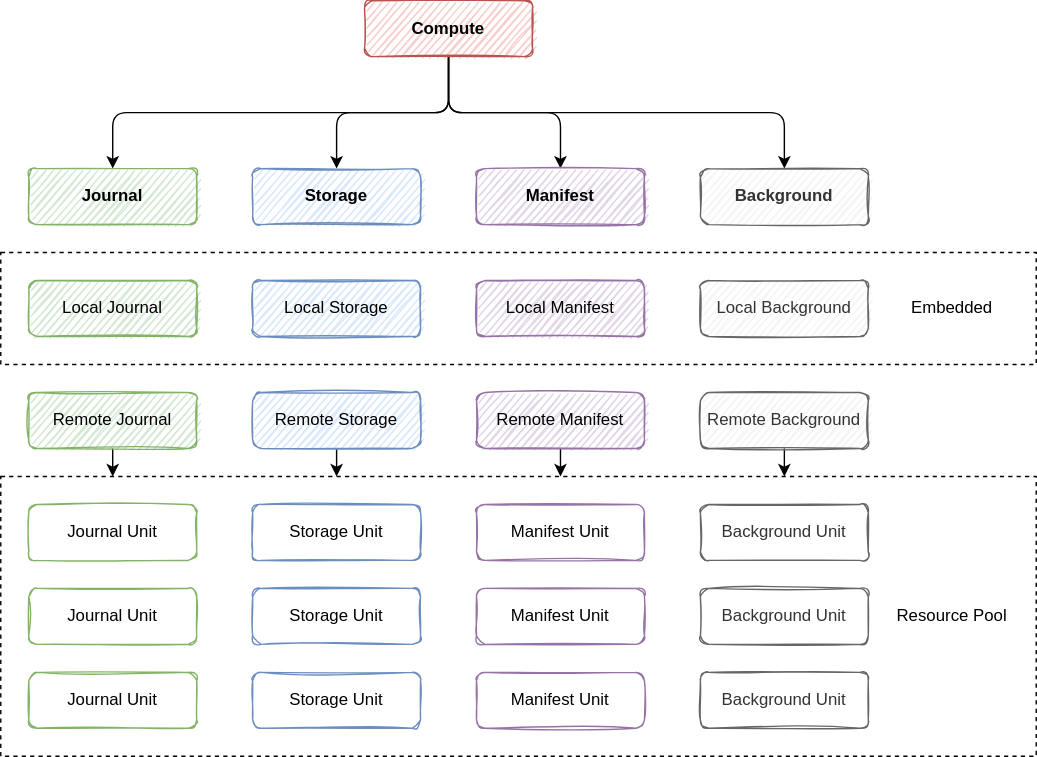
The draw.io diagram docs/images/architecture.drawio.svg in engula/engula, before a commit. Source tidied: cells renumbered, new cells last; positions are measured from the earlier drawing's top-left corner, leaving out a move shared by most shapes.
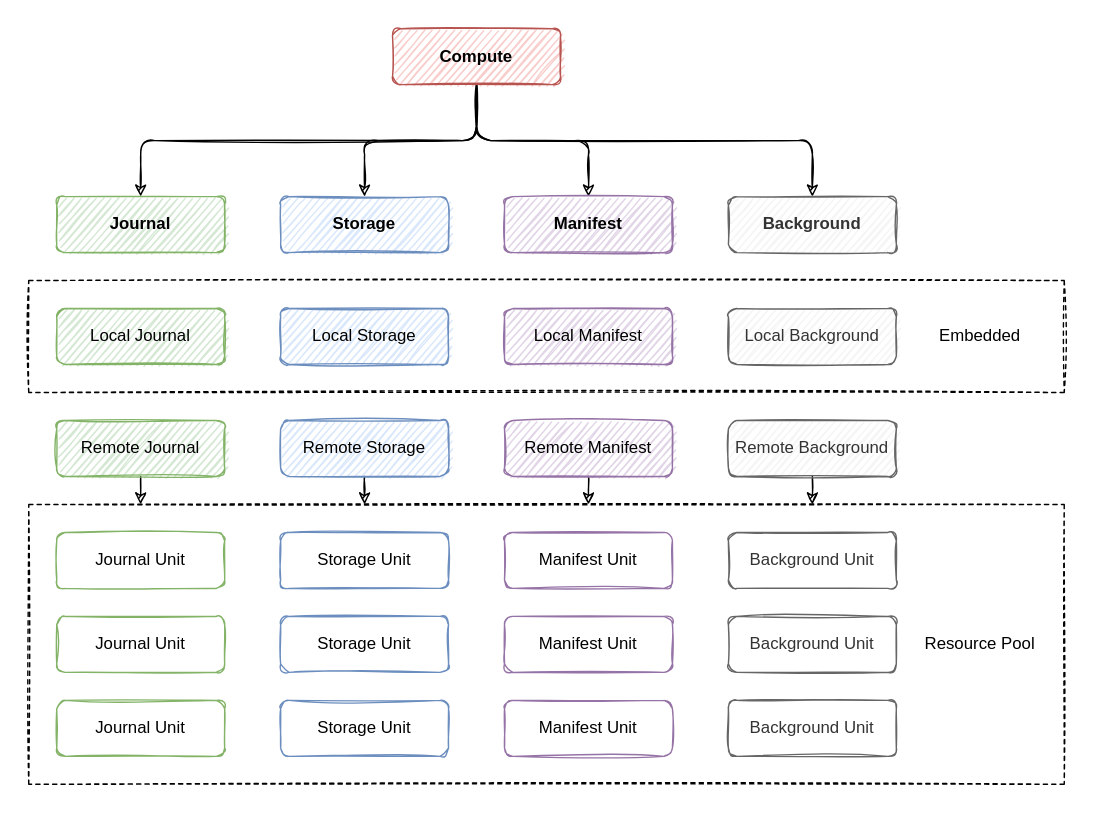
After the commit.

Diff of the diagram source:
```diff
@@ -2,22 +2,25 @@
   <root>
     <mxCell id="0" />
     <mxCell id="1" parent="0" />
+    <mxCell id="39" style="rounded=0;whiteSpace=wrap;html=1;strokeColor=none;sketch=1;" parent="1" vertex="1">
+      <mxGeometry x="-20" y="-20" width="780" height="580" as="geometry" />
+    </mxCell>
-    <mxCell id="2" style="rounded=0;whiteSpace=wrap;html=1;dashed=1;fillColor=none;" parent="1" vertex="1">
+    <mxCell id="2" style="rounded=0;whiteSpace=wrap;html=1;dashed=1;fillColor=none;sketch=1;" parent="1" vertex="1">
       <mxGeometry y="180" width="740" height="80" as="geometry" />
     </mxCell>
-    <mxCell id="3" style="rounded=0;whiteSpace=wrap;html=1;fillColor=none;dashed=1;" parent="1" vertex="1">
+    <mxCell id="3" style="rounded=0;whiteSpace=wrap;html=1;fillColor=none;dashed=1;sketch=1;" parent="1" vertex="1">
       <mxGeometry y="340" width="740" height="200" as="geometry" />
     </mxCell>
-    <mxCell id="4" style="edgeStyle=orthogonalEdgeStyle;rounded=1;jettySize=auto;html=1;exitX=0.5;exitY=1;exitDx=0;exitDy=0;entryX=0.5;entryY=0;entryDx=0;entryDy=0;" parent="1" edge="1" source="8" target="9">
+    <mxCell id="4" style="edgeStyle=orthogonalEdgeStyle;rounded=1;jettySize=auto;html=1;exitX=0.5;exitY=1;exitDx=0;exitDy=0;entryX=0.5;entryY=0;entryDx=0;entryDy=0;sketch=1;" parent="1" edge="1" source="8" target="9">
       <mxGeometry relative="1" as="geometry" />
     </mxCell>
-    <mxCell id="5" style="edgeStyle=orthogonalEdgeStyle;rounded=1;jettySize=auto;html=1;exitX=0.5;exitY=1;exitDx=0;exitDy=0;entryX=0.5;entryY=0;entryDx=0;entryDy=0;" parent="1" edge="1" source="8" target="10">
+    <mxCell id="5" style="edgeStyle=orthogonalEdgeStyle;rounded=1;jettySize=auto;html=1;exitX=0.5;exitY=1;exitDx=0;exitDy=0;entryX=0.5;entryY=0;entryDx=0;entryDy=0;sketch=1;" parent="1" edge="1" source="8" target="10">
       <mxGeometry relative="1" as="geometry" />
     </mxCell>
-    <mxCell id="6" style="edgeStyle=orthogonalEdgeStyle;rounded=1;jettySize=auto;html=1;exitX=0.5;exitY=1;exitDx=0;exitDy=0;entryX=0.5;entryY=0;entryDx=0;entryDy=0;" parent="1" edge="1" source="8" target="11">
+    <mxCell id="6" style="edgeStyle=orthogonalEdgeStyle;rounded=1;jettySize=auto;html=1;exitX=0.5;exitY=1;exitDx=0;exitDy=0;entryX=0.5;entryY=0;entryDx=0;entryDy=0;sketch=1;" parent="1" edge="1" source="8" target="11">
       <mxGeometry relative="1" as="geometry" />
     </mxCell>
-    <mxCell id="7" style="edgeStyle=orthogonalEdgeStyle;rounded=1;jettySize=auto;html=1;exitX=0.5;exitY=1;exitDx=0;exitDy=0;entryX=0.5;entryY=0;entryDx=0;entryDy=0;" parent="1" edge="1" source="8" target="12">
+    <mxCell id="7" style="edgeStyle=orthogonalEdgeStyle;rounded=1;jettySize=auto;html=1;exitX=0.5;exitY=1;exitDx=0;exitDy=0;entryX=0.5;entryY=0;entryDx=0;entryDy=0;sketch=1;" parent="1" edge="1" source="8" target="12">
       <mxGeometry relative="1" as="geometry" />
     </mxCell>
     <mxCell id="8" value="Compute" style="rounded=1;whiteSpace=wrap;html=1;fillColor=#f8cecc;strokeColor=#b85450;fontStyle=1;sketch=1;" parent="1" vertex="1">
@@ -62,7 +65,7 @@
     <mxCell id="21" value="Local Background" style="rounded=1;whiteSpace=wrap;html=1;fillColor=#f5f5f5;strokeColor=#666666;sketch=1;fontColor=#333333;" parent="1" vertex="1">
       <mxGeometry x="500" y="200" width="120" height="40" as="geometry" />
     </mxCell>
-    <mxCell id="22" style="edgeStyle=orthogonalEdgeStyle;rounded=1;jettySize=auto;html=1;exitX=0.5;exitY=1;exitDx=0;exitDy=0;" parent="1" edge="1" source="23">
+    <mxCell id="22" style="edgeStyle=orthogonalEdgeStyle;rounded=1;jettySize=auto;html=1;exitX=0.5;exitY=1;exitDx=0;exitDy=0;sketch=1;" parent="1" edge="1" source="23">
       <mxGeometry relative="1" as="geometry">
         <mxPoint x="80" y="340" as="targetPoint" />
       </mxGeometry>
@@ -70,7 +73,7 @@
     <mxCell id="23" value="Remote Journal" style="rounded=1;whiteSpace=wrap;html=1;fillColor=#d5e8d4;strokeColor=#82b366;sketch=1;" parent="1" vertex="1">
       <mxGeometry x="20" y="280" width="120" height="40" as="geometry" />
     </mxCell>
-    <mxCell id="24" style="edgeStyle=orthogonalEdgeStyle;rounded=1;jettySize=auto;html=1;exitX=0.5;exitY=1;exitDx=0;exitDy=0;" parent="1" edge="1" source="25">
+    <mxCell id="24" style="edgeStyle=orthogonalEdgeStyle;rounded=1;jettySize=auto;html=1;exitX=0.5;exitY=1;exitDx=0;exitDy=0;sketch=1;" parent="1" edge="1" source="25">
       <mxGeometry relative="1" as="geometry">
         <mxPoint x="240" y="340" as="targetPoint" />
       </mxGeometry>
@@ -78,7 +81,7 @@
     <mxCell id="25" value="Remote Storage" style="rounded=1;whiteSpace=wrap;html=1;fillColor=#dae8fc;strokeColor=#6c8ebf;sketch=1;" parent="1" vertex="1">
       <mxGeometry x="180" y="280" width="120" height="40" as="geometry" />
     </mxCell>
-    <mxCell id="26" style="edgeStyle=orthogonalEdgeStyle;rounded=1;jettySize=auto;html=1;exitX=0.5;exitY=1;exitDx=0;exitDy=0;" parent="1" edge="1" source="27">
+    <mxCell id="26" style="edgeStyle=orthogonalEdgeStyle;rounded=1;jettySize=auto;html=1;exitX=0.5;exitY=1;exitDx=0;exitDy=0;sketch=1;" parent="1" edge="1" source="27">
       <mxGeometry relative="1" as="geometry">
         <mxPoint x="400" y="340" as="targetPoint" />
       </mxGeometry>
@@ -86,7 +89,7 @@
     <mxCell id="27" value="Remote Manifest" style="rounded=1;whiteSpace=wrap;html=1;fillColor=#e1d5e7;strokeColor=#9673a6;sketch=1;" parent="1" vertex="1">
       <mxGeometry x="340" y="280" width="120" height="40" as="geometry" />
     </mxCell>
-    <mxCell id="28" style="edgeStyle=orthogonalEdgeStyle;rounded=1;jettySize=auto;html=1;exitX=0.5;exitY=1;exitDx=0;exitDy=0;" parent="1" edge="1" source="29">
+    <mxCell id="28" style="edgeStyle=orthogonalEdgeStyle;rounded=1;jettySize=auto;html=1;exitX=0.5;exitY=1;exitDx=0;exitDy=0;sketch=1;" parent="1" edge="1" source="29">
       <mxGeometry relative="1" as="geometry">
         <mxPoint x="560" y="340" as="targetPoint" />
       </mxGeometry>
@@ -94,7 +97,7 @@
     <mxCell id="29" value="Remote Background" style="rounded=1;whiteSpace=wrap;html=1;fillColor=#f5f5f5;strokeColor=#666666;sketch=1;fontColor=#333333;" parent="1" vertex="1">
       <mxGeometry x="500" y="280" width="120" height="40" as="geometry" />
     </mxCell>
-    <mxCell id="30" value="Resource Pool" style="text;html=1;strokeColor=none;fillColor=none;align=center;verticalAlign=middle;whiteSpace=wrap;rounded=0;dashed=1;" parent="1" vertex="1">
+    <mxCell id="30" value="Resource Pool" style="text;html=1;strokeColor=none;fillColor=none;align=center;verticalAlign=middle;whiteSpace=wrap;rounded=0;dashed=1;sketch=1;" parent="1" vertex="1">
       <mxGeometry x="620" y="420" width="120" height="40" as="geometry" />
     </mxCell>
     <mxCell id="31" value="Journal Unit" style="rounded=1;whiteSpace=wrap;html=1;strokeColor=#82b366;glass=0;sketch=1;fillColor=none;" parent="1" vertex="1">
@@ -118,7 +121,7 @@
     <mxCell id="37" value="Background Unit" style="rounded=1;whiteSpace=wrap;html=1;strokeColor=#666666;sketch=1;fontColor=#333333;fillColor=none;" parent="1" vertex="1">
       <mxGeometry x="500" y="480" width="120" height="40" as="geometry" />
     </mxCell>
-    <mxCell id="38" value="Embedded" style="text;html=1;strokeColor=none;fillColor=none;align=center;verticalAlign=middle;whiteSpace=wrap;rounded=0;dashed=1;" parent="1" vertex="1">
+    <mxCell id="38" value="Embedded" style="text;html=1;strokeColor=none;fillColor=none;align=center;verticalAlign=middle;whiteSpace=wrap;rounded=0;dashed=1;sketch=1;" parent="1" vertex="1">
       <mxGeometry x="620" y="200" width="120" height="40" as="geometry" />
     </mxCell>
   </root>
```
